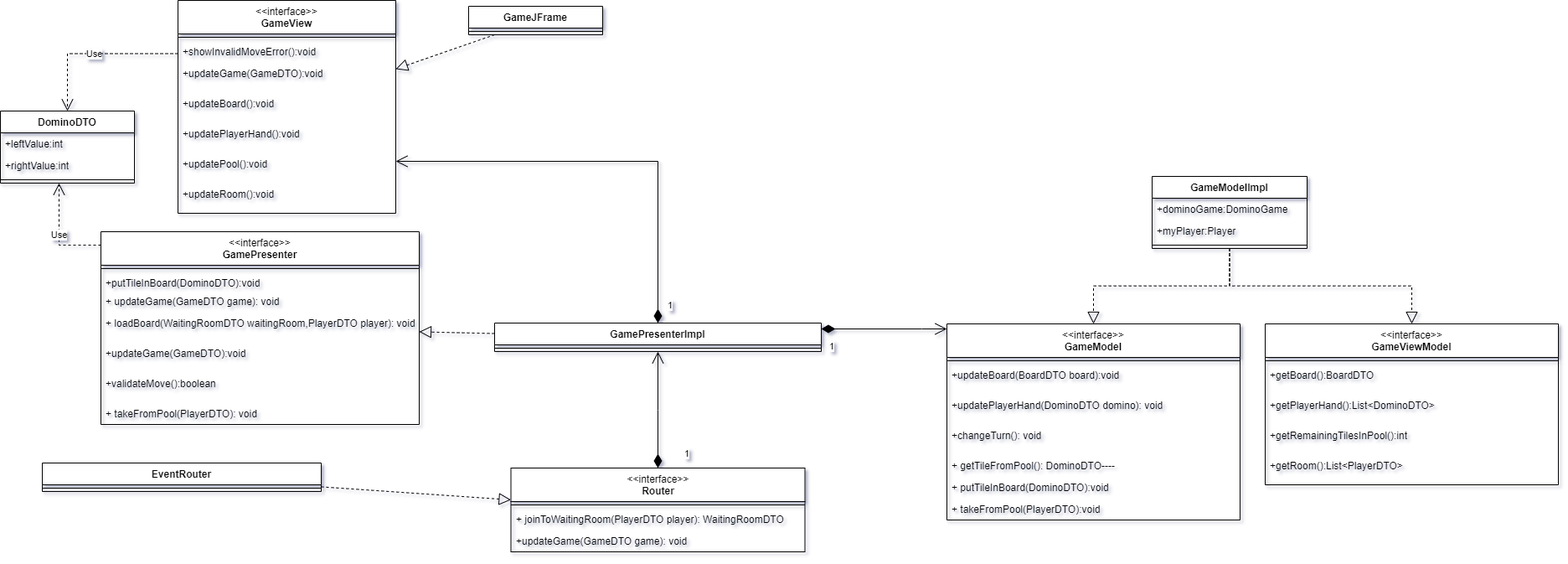
This is docs/imgs/CD_ejercer_turno.png from SilverFlin/DominosPizza, a draw.io export, as it was before one commit. Source tidied: cells renumbered, new cells last; positions are measured from the earlier drawing's top-left corner, leaving out a move shared by most shapes.
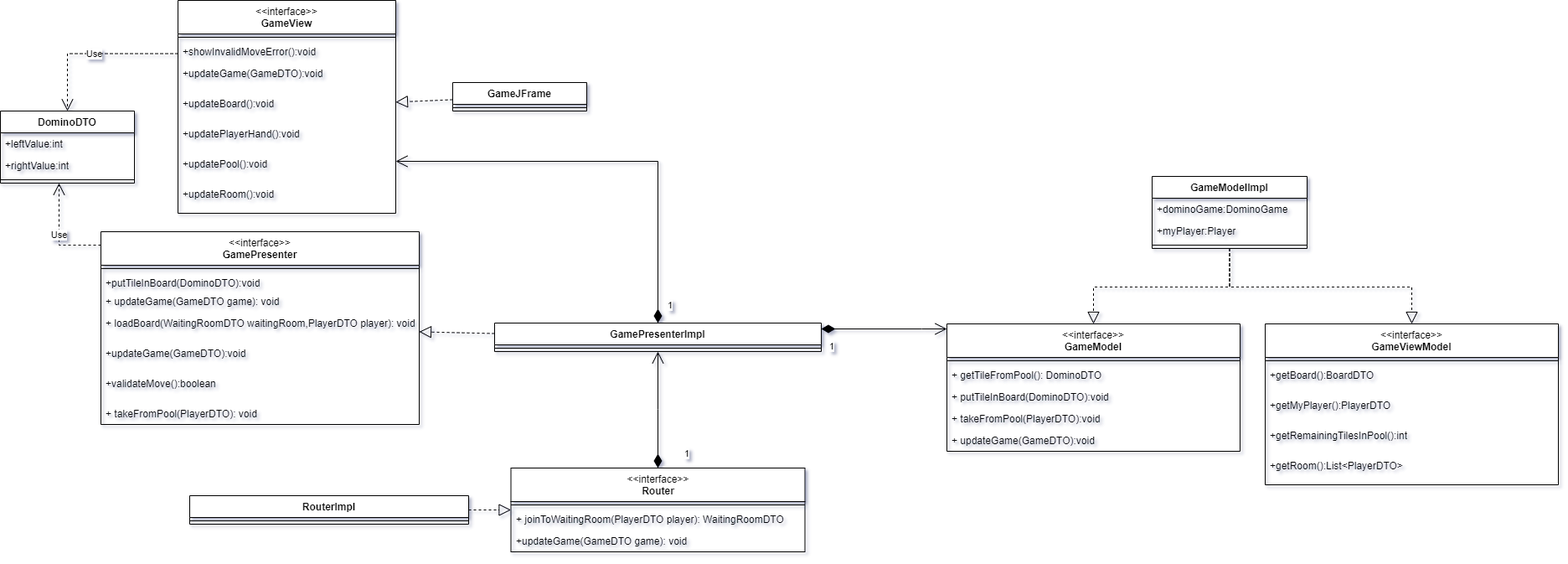
After the commit.

Commit message:
docs: update cd ejercer turno png

The edit, as a diff of the source:
```diff
@@ -9,7 +9,7 @@
       <mxGeometry relative="1" as="geometry" />
     </mxCell>
     <mxCell id="4" value="&lt;b style=&quot;border-color: var(--border-color);&quot;&gt;&lt;b style=&quot;border-color: var(--border-color);&quot;&gt;GameJFrame&lt;/b&gt;&lt;br&gt;&lt;/b&gt;" style="swimlane;fontStyle=1;align=center;verticalAlign=top;horizontal=1;startSize=26;whiteSpace=wrap;html=1;" parent="1" vertex="1">
-      <mxGeometry x="559" y="7" width="160" height="34" as="geometry" />
+      <mxGeometry x="540" y="98" width="160" height="34" as="geometry" />
     </mxCell>
     <mxCell id="5" style="line;strokeWidth=1;align=left;verticalAlign=middle;spacingTop=-1;spacingLeft=3;spacingRight=3;labelPosition=right;" parent="4" vertex="1">
       <mxGeometry y="26" width="160" height="8" as="geometry" />
@@ -75,36 +75,30 @@
         </Array>
       </mxGeometry>
     </mxCell>
-    <mxCell id="25" value="&lt;b style=&quot;border-color: var(--border-color);&quot;&gt;EventRouter&lt;br&gt;&lt;/b&gt;" style="swimlane;fontStyle=1;align=center;verticalAlign=top;horizontal=1;startSize=26;whiteSpace=wrap;html=1;" parent="1" vertex="1">
-      <mxGeometry x="50" y="552" width="333" height="34" as="geometry" />
-    </mxCell>
+    <mxCell id="60" value="&lt;b style=&quot;border-color: var(--border-color);&quot;&gt;RouterImpl&lt;br&gt;&lt;/b&gt;" style="swimlane;fontStyle=1;align=center;verticalAlign=top;horizontal=1;startSize=26;whiteSpace=wrap;html=1;" parent="1" vertex="1">
+      <mxGeometry x="226" y="591" width="333" height="34" as="geometry" />
+    </mxCell>
-    <mxCell id="26" style="line;strokeWidth=1;align=left;verticalAlign=middle;spacingTop=-1;spacingLeft=3;spacingRight=3;labelPosition=right;" parent="25" vertex="1">
+    <mxCell id="26" style="line;strokeWidth=1;align=left;verticalAlign=middle;spacingTop=-1;spacingLeft=3;spacingRight=3;labelPosition=right;" parent="60" vertex="1">
       <mxGeometry y="26" width="333" height="8" as="geometry" />
     </mxCell>
     <mxCell id="27" value="&lt;span style=&quot;border-color: var(--border-color);&quot;&gt;&lt;span style=&quot;border-color: var(--border-color);&quot;&gt;&lt;span style=&quot;font-weight: normal;&quot;&gt;&amp;lt;&amp;lt;interface&amp;gt;&amp;gt;&lt;/span&gt;&lt;br&gt;GameModel&lt;/span&gt;&lt;br&gt;&lt;/span&gt;" style="swimlane;fontStyle=1;align=center;verticalAlign=top;horizontal=1;startSize=40;whiteSpace=wrap;html=1;" parent="1" vertex="1">
-      <mxGeometry x="1130" y="386" width="350" height="234" as="geometry" />
+      <mxGeometry x="1130" y="386" width="350" height="152" as="geometry" />
     </mxCell>
-    <mxCell id="28" style="line;strokeWidth=1;align=left;verticalAlign=middle;spacingTop=-1;spacingLeft=3;spacingRight=3;labelPosition=right;" parent="27" vertex="1">
-      <mxGeometry y="40" width="350" height="8" as="geometry" />
-    </mxCell>
-    <mxCell id="29" value="+updateBoard(BoardDTO board):void" style="text;align=left;verticalAlign=top;spacingLeft=4;spacingRight=4;overflow=hidden;whiteSpace=wrap;html=1;" parent="27" vertex="1">
-      <mxGeometry y="48" width="350" height="36" as="geometry" />
-    </mxCell>
-    <mxCell id="30" value="+updatePlayerHand(DominoDTO domino): void" style="text;align=left;verticalAlign=top;spacingLeft=4;spacingRight=4;overflow=hidden;whiteSpace=wrap;html=1;" parent="27" vertex="1">
-      <mxGeometry y="84" width="350" height="36" as="geometry" />
-    </mxCell>
-    <mxCell id="31" value="+changeTurn(): void" style="text;align=left;verticalAlign=top;spacingLeft=4;spacingRight=4;overflow=hidden;whiteSpace=wrap;html=1;" parent="27" vertex="1">
-      <mxGeometry y="120" width="350" height="36" as="geometry" />
-    </mxCell>
-    <mxCell id="32" value="+&amp;nbsp;getTileFromPool(): DominoDTO----" style="text;align=left;verticalAlign=top;spacingLeft=4;spacingRight=4;overflow=hidden;whiteSpace=wrap;html=1;" parent="27" vertex="1">
-      <mxGeometry y="156" width="350" height="26" as="geometry" />
-    </mxCell>
+    <mxCell id="61" style="line;strokeWidth=1;align=left;verticalAlign=middle;spacingTop=-1;spacingLeft=3;spacingRight=3;labelPosition=right;" parent="27" vertex="1">
+      <mxGeometry y="40" width="350" height="8" as="geometry" />
+    </mxCell>
+    <mxCell id="62" value="+&amp;nbsp;getTileFromPool(): DominoDTO" style="text;align=left;verticalAlign=top;spacingLeft=4;spacingRight=4;overflow=hidden;whiteSpace=wrap;html=1;" parent="27" vertex="1">
+      <mxGeometry y="48" width="350" height="26" as="geometry" />
+    </mxCell>
     <mxCell id="33" value="+&amp;nbsp;putTileInBoard(DominoDTO):void" style="text;align=left;verticalAlign=top;spacingLeft=4;spacingRight=4;overflow=hidden;whiteSpace=wrap;html=1;" parent="27" vertex="1">
-      <mxGeometry y="182" width="350" height="26" as="geometry" />
+      <mxGeometry y="74" width="350" height="26" as="geometry" />
     </mxCell>
     <mxCell id="34" value="+&amp;nbsp;takeFromPool(PlayerDTO):void" style="text;align=left;verticalAlign=top;spacingLeft=4;spacingRight=4;overflow=hidden;whiteSpace=wrap;html=1;" parent="27" vertex="1">
-      <mxGeometry y="208" width="350" height="26" as="geometry" />
+      <mxGeometry y="100" width="350" height="26" as="geometry" />
     </mxCell>
+    <mxCell id="63" value="+&amp;nbsp;updateGame(GameDTO):void" style="text;align=left;verticalAlign=top;spacingLeft=4;spacingRight=4;overflow=hidden;whiteSpace=wrap;html=1;" parent="27" vertex="1">
+      <mxGeometry y="126" width="350" height="26" as="geometry" />
+    </mxCell>
     <mxCell id="35" value="1" style="endArrow=open;html=1;endSize=12;startArrow=diamondThin;startSize=14;startFill=1;edgeStyle=orthogonalEdgeStyle;align=left;verticalAlign=bottom;rounded=0;" parent="1" edge="1" source="14" target="27">
       <mxGeometry x="-0.88" y="-30" relative="1" as="geometry">
         <Array as="points">
@@ -156,9 +150,9 @@
     <mxCell id="46" style="endArrow=block;dashed=1;endFill=0;endSize=12;html=1;rounded=0;edgeStyle=elbowEdgeStyle;elbow=vertical;" parent="1" edge="1" source="42" target="27">
       <mxGeometry relative="1" as="geometry" />
     </mxCell>
-    <mxCell id="47" style="endArrow=block;dashed=1;endFill=0;endSize=12;html=1;rounded=0;" parent="1" edge="1" source="25" target="48">
-      <mxGeometry relative="1" as="geometry" />
-    </mxCell>
+    <mxCell id="64" style="endArrow=block;dashed=1;endFill=0;endSize=12;html=1;rounded=0;" parent="1" edge="1" source="60" target="48">
+      <mxGeometry relative="1" as="geometry" />
+    </mxCell>
     <mxCell id="48" value="&lt;span style=&quot;border-color: var(--border-color);&quot;&gt;&lt;span style=&quot;border-color: var(--border-color);&quot;&gt;&lt;span style=&quot;font-weight: normal;&quot;&gt;&amp;lt;&amp;lt;interface&amp;gt;&amp;gt;&lt;/span&gt;&lt;br&gt;Router&lt;/span&gt;&lt;br&gt;&lt;/span&gt;" style="swimlane;fontStyle=1;align=center;verticalAlign=top;horizontal=1;startSize=40;whiteSpace=wrap;html=1;" parent="1" vertex="1">
       <mxGeometry x="609.5" y="558" width="351" height="100" as="geometry" />
     </mxCell>
@@ -177,15 +171,15 @@
     <mxCell id="53" value="&lt;span style=&quot;border-color: var(--border-color);&quot;&gt;&lt;span style=&quot;border-color: var(--border-color);&quot;&gt;&lt;span style=&quot;font-weight: normal;&quot;&gt;&amp;lt;&amp;lt;interface&amp;gt;&amp;gt;&lt;/span&gt;&lt;br&gt;GameViewModel&lt;/span&gt;&lt;br&gt;&lt;/span&gt;" style="swimlane;fontStyle=1;align=center;verticalAlign=top;horizontal=1;startSize=40;whiteSpace=wrap;html=1;" parent="1" vertex="1">
       <mxGeometry x="1510" y="386" width="350" height="192" as="geometry" />
     </mxCell>
-    <mxCell id="54" style="line;strokeWidth=1;align=left;verticalAlign=middle;spacingTop=-1;spacingLeft=3;spacingRight=3;labelPosition=right;" parent="53" vertex="1">
-      <mxGeometry y="40" width="350" height="8" as="geometry" />
-    </mxCell>
+    <mxCell id="65" style="line;strokeWidth=1;align=left;verticalAlign=middle;spacingTop=-1;spacingLeft=3;spacingRight=3;labelPosition=right;" parent="53" vertex="1">
+      <mxGeometry y="40" width="350" height="8" as="geometry" />
+    </mxCell>
     <mxCell id="55" value="+getBoard():BoardDTO" style="text;align=left;verticalAlign=top;spacingLeft=4;spacingRight=4;overflow=hidden;whiteSpace=wrap;html=1;" parent="53" vertex="1">
       <mxGeometry y="48" width="350" height="36" as="geometry" />
     </mxCell>
-    <mxCell id="56" value="+getPlayerHand():List&amp;lt;DominoDTO&amp;gt;" style="text;align=left;verticalAlign=top;spacingLeft=4;spacingRight=4;overflow=hidden;whiteSpace=wrap;html=1;" parent="53" vertex="1">
-      <mxGeometry y="84" width="350" height="36" as="geometry" />
-    </mxCell>
+    <mxCell id="66" value="+getMyPlayer():PlayerDTO" style="text;align=left;verticalAlign=top;spacingLeft=4;spacingRight=4;overflow=hidden;whiteSpace=wrap;html=1;" parent="53" vertex="1">
+      <mxGeometry y="84" width="350" height="36" as="geometry" />
+    </mxCell>
     <mxCell id="57" value="+getRemainingTilesInPool():int" style="text;align=left;verticalAlign=top;spacingLeft=4;spacingRight=4;overflow=hidden;whiteSpace=wrap;html=1;" parent="53" vertex="1">
       <mxGeometry y="120" width="350" height="36" as="geometry" />
     </mxCell>
```
